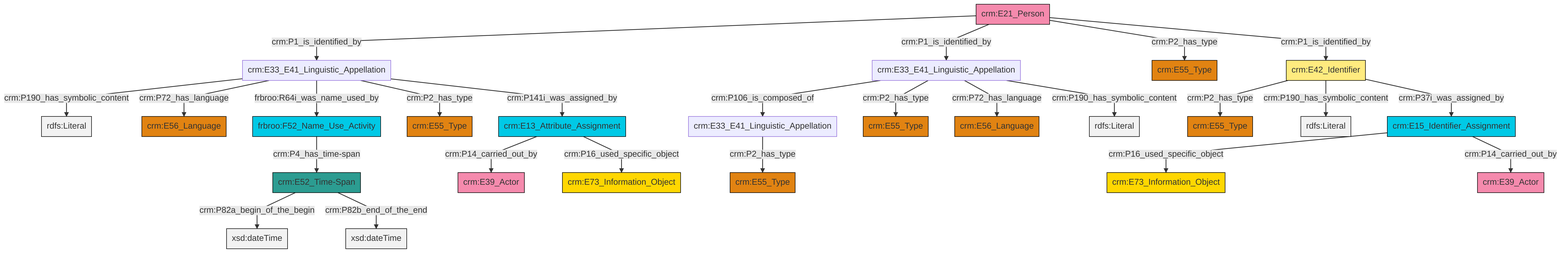
The Mermaid diagram et/personCSV/ttl/mmd/png/Person_Names_and_Classification.png in swiss-art-research-net/reference-data-models, before a commit. Its source is kept beside it as et/personCSV/ttl/mmd/Person_Names_and_Classification.ttl.mmd.
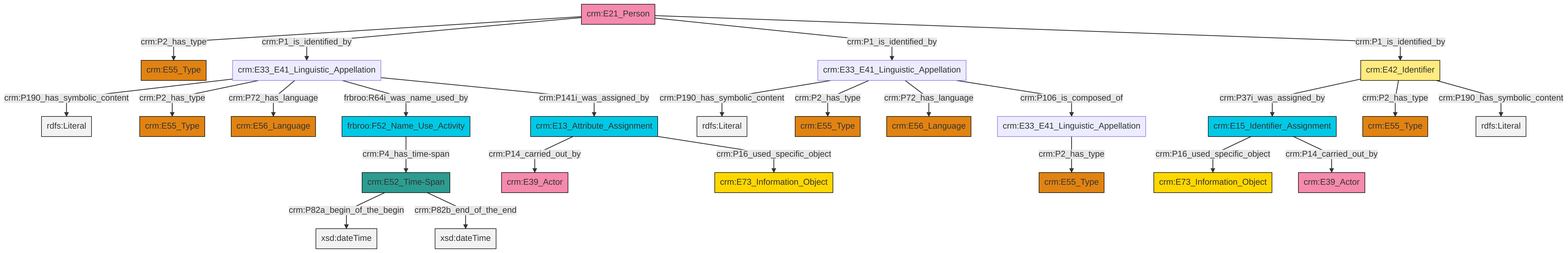
After the change.

Change to the diagram source:
```diff
@@ -13,27 +13,27 @@
 classDef PC_Classes fill:#4ce600, stroke:#000000;
 classDef Multi fill:#cccccc,stroke:#000000;
 
-2["crm:E52_Time-Span"]:::Time-Span -->|crm:P82a_begin_of_the_begin| 3[xsd:dateTime]:::Literal
-10["crm:E15_Identifier_Assignment"]:::Temporal_Entity -->|crm:P16_used_specific_object| 11["crm:E73_Information_Object"]:::Conceptual_Object
-12["crm:E21_Person"]:::Actor -->|crm:P1_is_identified_by| 13["crm:E33_E41_Linguistic_Appellation"]:::Default
-2["crm:E52_Time-Span"]:::Time-Span -->|crm:P82b_end_of_the_end| 14[xsd:dateTime]:::Literal
-19["crm:E42_Identifier"]:::Appellation -->|crm:P2_has_type| 8["crm:E55_Type"]:::Type
-13["crm:E33_E41_Linguistic_Appellation"]:::Default -->|crm:P190_has_symbolic_content| 21[rdfs:Literal]:::Literal
-22["crm:E33_E41_Linguistic_Appellation"]:::Default -->|crm:P2_has_type| 4["crm:E55_Type"]:::Type
-19["crm:E42_Identifier"]:::Appellation -->|crm:P190_has_symbolic_content| 26[rdfs:Literal]:::Literal
-12["crm:E21_Person"]:::Actor -->|crm:P1_is_identified_by| 0["crm:E33_E41_Linguistic_Appellation"]:::Default
-13["crm:E33_E41_Linguistic_Appellation"]:::Default -->|crm:P72_has_language| 28["crm:E56_Language"]:::Type
-12["crm:E21_Person"]:::Actor -->|crm:P2_has_type| 6["crm:E55_Type"]:::Type
-13["crm:E33_E41_Linguistic_Appellation"]:::Default -->|frbroo:R64i_was_name_used_by| 32["frbroo:F52_Name_Use_Activity"]:::Temporal_Entity
-0["crm:E33_E41_Linguistic_Appellation"]:::Default -->|crm:P106_is_composed_of| 22["crm:E33_E41_Linguistic_Appellation"]:::Default
-19["crm:E42_Identifier"]:::Appellation -->|crm:P37i_was_assigned_by| 10["crm:E15_Identifier_Assignment"]:::Temporal_Entity
-0["crm:E33_E41_Linguistic_Appellation"]:::Default -->|crm:P2_has_type| 29["crm:E55_Type"]:::Type
-0["crm:E33_E41_Linguistic_Appellation"]:::Default -->|crm:P72_has_language| 36["crm:E56_Language"]:::Type
-12["crm:E21_Person"]:::Actor -->|crm:P1_is_identified_by| 19["crm:E42_Identifier"]:::Appellation
-16["crm:E13_Attribute_Assignment"]:::Temporal_Entity -->|crm:P14_carried_out_by| 33["crm:E39_Actor"]:::Actor
-13["crm:E33_E41_Linguistic_Appellation"]:::Default -->|crm:P2_has_type| 24["crm:E55_Type"]:::Type
-32["frbroo:F52_Name_Use_Activity"]:::Temporal_Entity -->|crm:P4_has_time-span| 2["crm:E52_Time-Span"]:::Time-Span
-0["crm:E33_E41_Linguistic_Appellation"]:::Default -->|crm:P190_has_symbolic_content| 42[rdfs:Literal]:::Literal
-16["crm:E13_Attribute_Assignment"]:::Temporal_Entity -->|crm:P16_used_specific_object| 38["crm:E73_Information_Object"]:::Conceptual_Object
-10["crm:E15_Identifier_Assignment"]:::Temporal_Entity -->|crm:P14_carried_out_by| 43["crm:E39_Actor"]:::Actor
-13["crm:E33_E41_Linguistic_Appellation"]:::Default -->|crm:P141i_was_assigned_by| 16["crm:E13_Attribute_Assignment"]:::Temporal_Entity
+0["crm:E33_E41_Linguistic_Appellation"]:::Default -->|crm:P2_has_type| 1["crm:E55_Type"]:::Type
+10["crm:E42_Identifier"]:::Appellation -->|crm:P37i_was_assigned_by| 11["crm:E15_Identifier_Assignment"]:::Temporal_Entity
+11["crm:E15_Identifier_Assignment"]:::Temporal_Entity -->|crm:P16_used_specific_object| 12["crm:E73_Information_Object"]:::Conceptual_Object
+18["frbroo:F52_Name_Use_Activity"]:::Temporal_Entity -->|crm:P4_has_time-span| 19["crm:E52_Time-Span"]:::Time-Span
+10["crm:E42_Identifier"]:::Appellation -->|crm:P2_has_type| 21["crm:E55_Type"]:::Type
+8["crm:E33_E41_Linguistic_Appellation"]:::Default -->|crm:P190_has_symbolic_content| 23[rdfs:Literal]:::Literal
+19["crm:E52_Time-Span"]:::Time-Span -->|crm:P82a_begin_of_the_begin| 24[xsd:dateTime]:::Literal
+26["crm:E21_Person"]:::Actor -->|crm:P2_has_type| 27["crm:E55_Type"]:::Type
+26["crm:E21_Person"]:::Actor -->|crm:P1_is_identified_by| 8["crm:E33_E41_Linguistic_Appellation"]:::Default
+29["crm:E33_E41_Linguistic_Appellation"]:::Default -->|crm:P190_has_symbolic_content| 30[rdfs:Literal]:::Literal
+11["crm:E15_Identifier_Assignment"]:::Temporal_Entity -->|crm:P14_carried_out_by| 6["crm:E39_Actor"]:::Actor
+8["crm:E33_E41_Linguistic_Appellation"]:::Default -->|crm:P2_has_type| 2["crm:E55_Type"]:::Type
+29["crm:E33_E41_Linguistic_Appellation"]:::Default -->|crm:P2_has_type| 36["crm:E55_Type"]:::Type
+10["crm:E42_Identifier"]:::Appellation -->|crm:P190_has_symbolic_content| 38[rdfs:Literal]:::Literal
+8["crm:E33_E41_Linguistic_Appellation"]:::Default -->|crm:P72_has_language| 14["crm:E56_Language"]:::Type
+32["crm:E13_Attribute_Assignment"]:::Temporal_Entity -->|crm:P14_carried_out_by| 16["crm:E39_Actor"]:::Actor
+26["crm:E21_Person"]:::Actor -->|crm:P1_is_identified_by| 29["crm:E33_E41_Linguistic_Appellation"]:::Default
+29["crm:E33_E41_Linguistic_Appellation"]:::Default -->|crm:P72_has_language| 4["crm:E56_Language"]:::Type
+32["crm:E13_Attribute_Assignment"]:::Temporal_Entity -->|crm:P16_used_specific_object| 39["crm:E73_Information_Object"]:::Conceptual_Object
+26["crm:E21_Person"]:::Actor -->|crm:P1_is_identified_by| 10["crm:E42_Identifier"]:::Appellation
+8["crm:E33_E41_Linguistic_Appellation"]:::Default -->|frbroo:R64i_was_name_used_by| 18["frbroo:F52_Name_Use_Activity"]:::Temporal_Entity
+19["crm:E52_Time-Span"]:::Time-Span -->|crm:P82b_end_of_the_end| 42[xsd:dateTime]:::Literal
+8["crm:E33_E41_Linguistic_Appellation"]:::Default -->|crm:P141i_was_assigned_by| 32["crm:E13_Attribute_Assignment"]:::Temporal_Entity
+29["crm:E33_E41_Linguistic_Appellation"]:::Default -->|crm:P106_is_composed_of| 0["crm:E33_E41_Linguistic_Appellation"]:::Default
```
